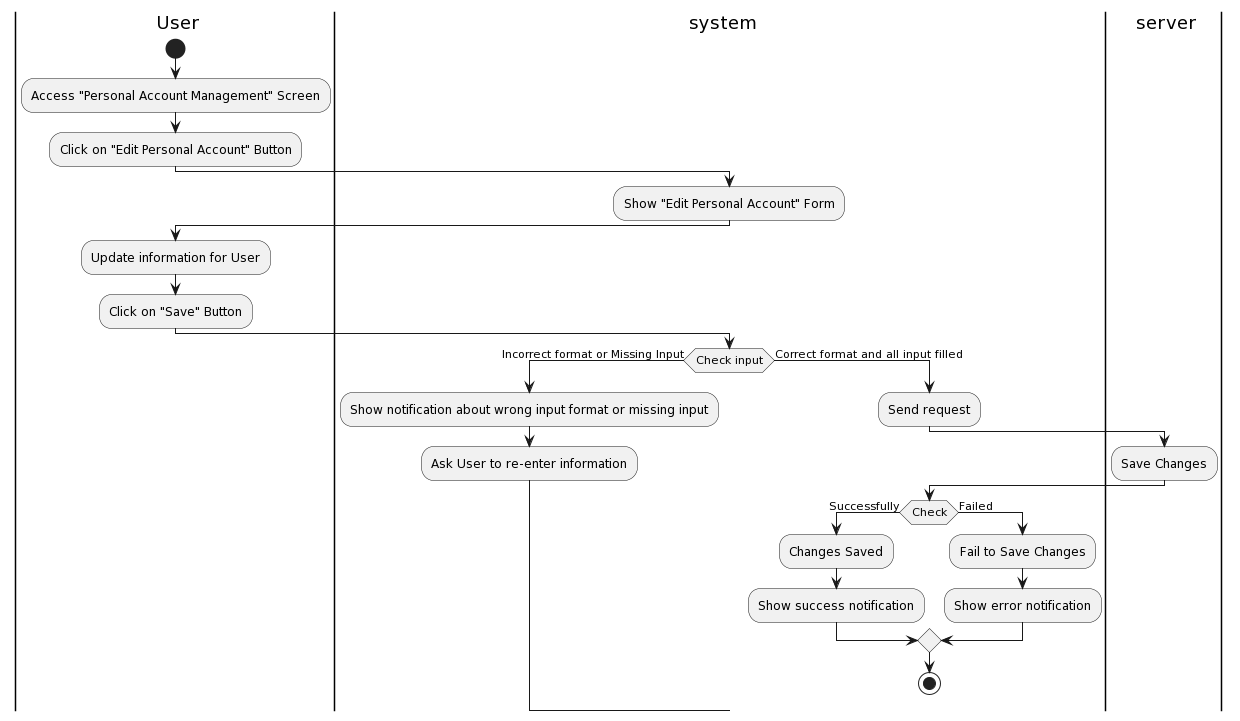
Above: Lab1/Lab1.2/Activity Diagram/SystemManagement/PersonalAccountManagement/PersonalAccountManagement.png in khoapham1003/SE357-Pratice-class (PlantUML), before the change. The source it was exported from:
```plantuml
@startuml
|a| User
|sys| system
|ser| server
|a|
start
:Access "Personal Account Management" Screen;
:Click on "Edit Personal Account" Button;
|sys|
:Show "Edit Personal Account" Form;
|a|
:Update information for User;
:Click on "Save" Button;
|sys|
if (Check input) then (Incorrect format or Missing Input)
:Show notification about wrong input format or missing input;
:Ask User to re-enter information;
else (Correct format and all input filled)
|sys|
:Send request;
|ser|
:Save Changes;
|sys|
if(Check) then (Successfully)
:Changes Saved;
:Show success notification;
else (Failed)
:Fail to Save Changes;
:Show error notification;
endif

stop
@enduml
```
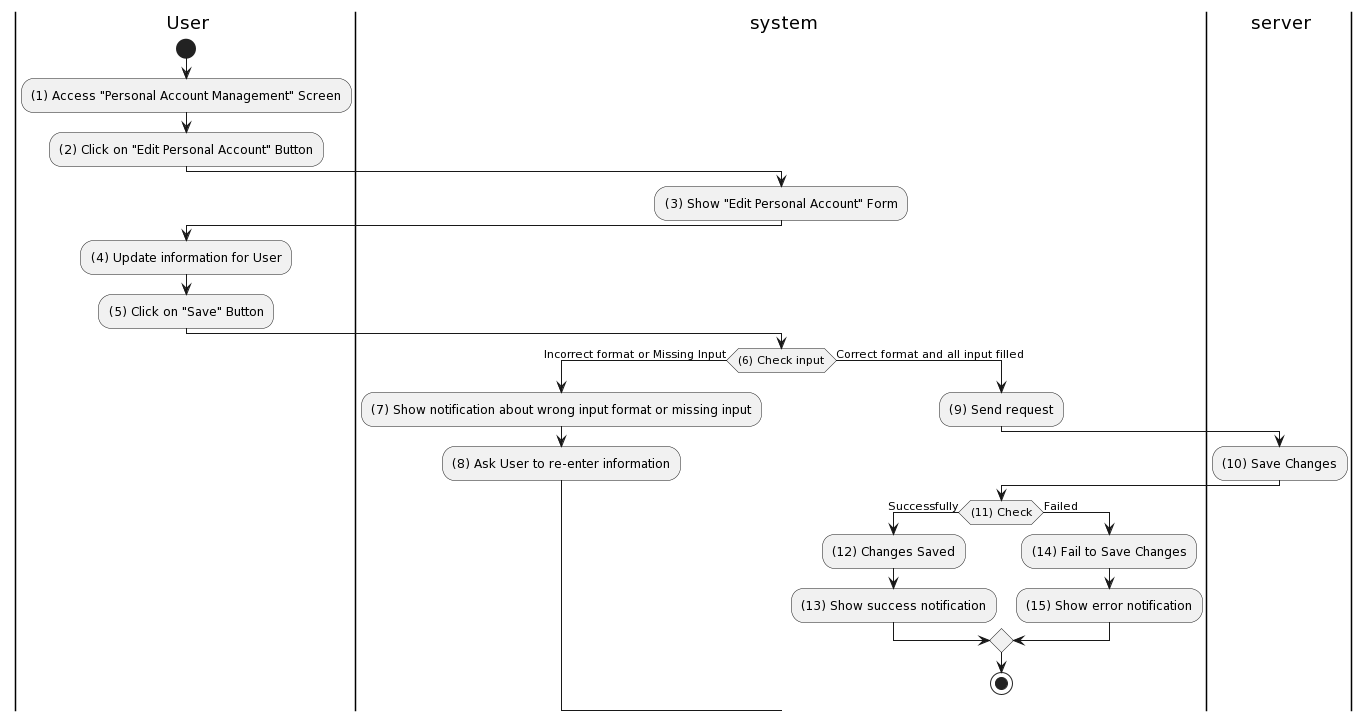
The same diagram one commit later.

The edit, as a diff of the source:
```diff
@@ -4,29 +4,29 @@
 |ser| server
 |a|
 start
-:Access "Personal Account Management" Screen;
-:Click on "Edit Personal Account" Button;
+:(1) Access "Personal Account Management" Screen;
+:(2) Click on "Edit Personal Account" Button;
 |sys|
-:Show "Edit Personal Account" Form;
+:(3) Show "Edit Personal Account" Form;
 |a|
-:Update information for User;
-:Click on "Save" Button;
+:(4) Update information for User;
+:(5) Click on "Save" Button;
 |sys|
-if (Check input) then (Incorrect format or Missing Input)
-:Show notification about wrong input format or missing input;
-:Ask User to re-enter information;
+if ((6) Check input) then (Incorrect format or Missing Input)
+:(7) Show notification about wrong input format or missing input;
+:(8) Ask User to re-enter information;
 else (Correct format and all input filled)
 |sys|
-:Send request;
+:(9) Send request;
 |ser|
-:Save Changes;
+:(10) Save Changes;
 |sys|
-if(Check) then (Successfully)
-:Changes Saved;
-:Show success notification;
+if((11) Check) then (Successfully)
+:(12) Changes Saved;
+:(13) Show success notification;
 else (Failed)
-:Fail to Save Changes;
-:Show error notification;
+:(14) Fail to Save Changes;
+:(15) Show error notification;
 endif
 
 stop
```
